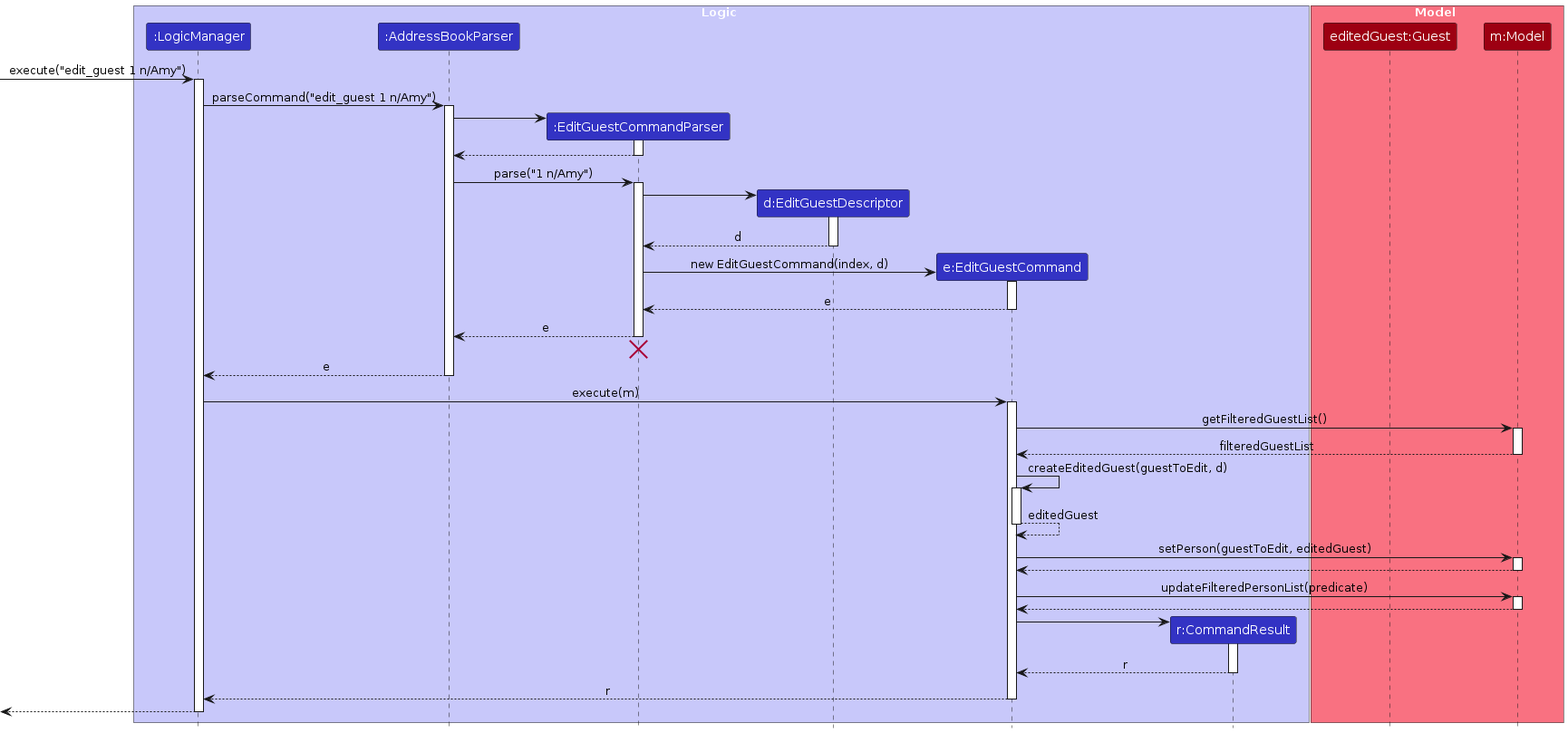
This is diagrams/EditGuestSequenceDiagram.png from AY2425S1-CS2103T-F09-3/tp, a PlantUML export, as it was before one commit. Its source is kept beside it as diagrams/EditGuestSequenceDiagram.puml.
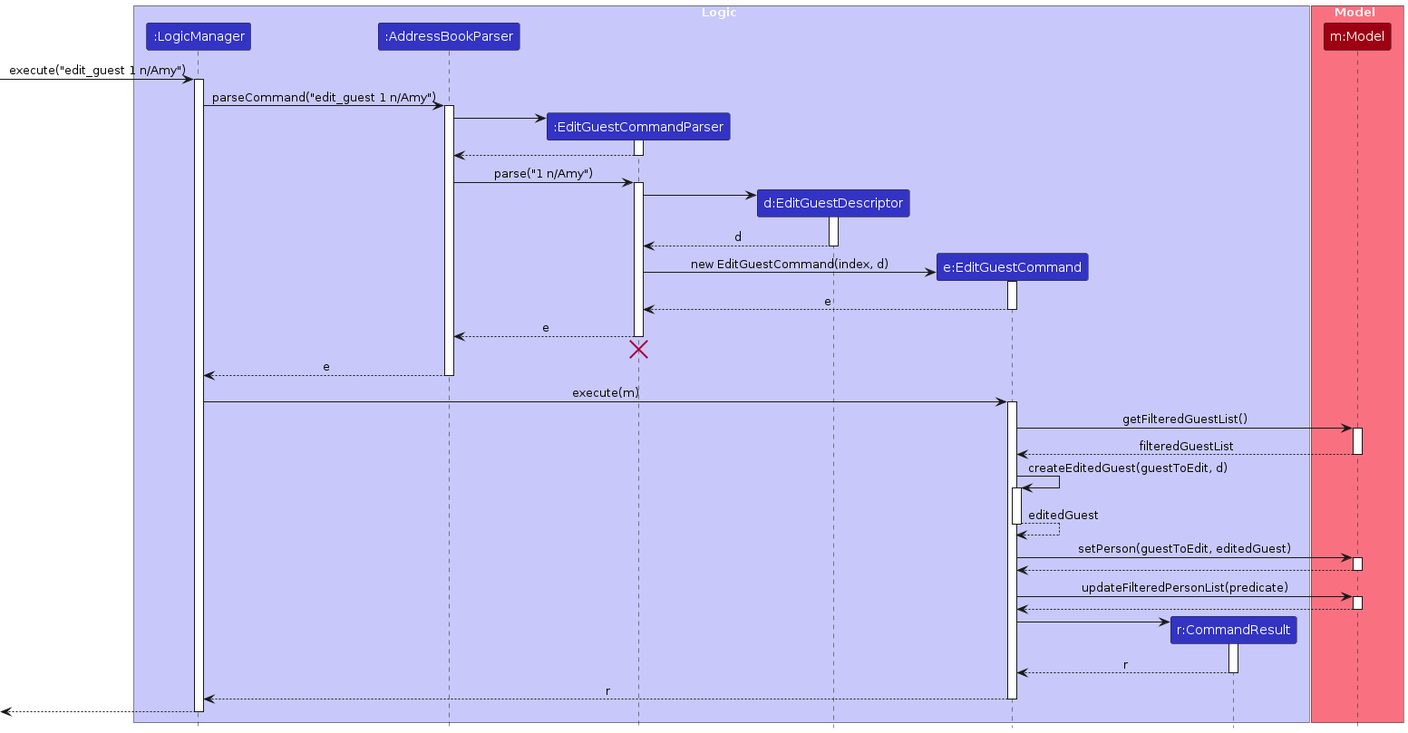
After the commit.

Diff of the diagram source:
```diff
@@ -12,7 +12,6 @@
 end box
 
 box Model MODEL_COLOR_T1
-participant "editedGuest:Guest" as Guest MODEL_COLOR
 participant "m:Model" as Model MODEL_COLOR
 end box
 
```
